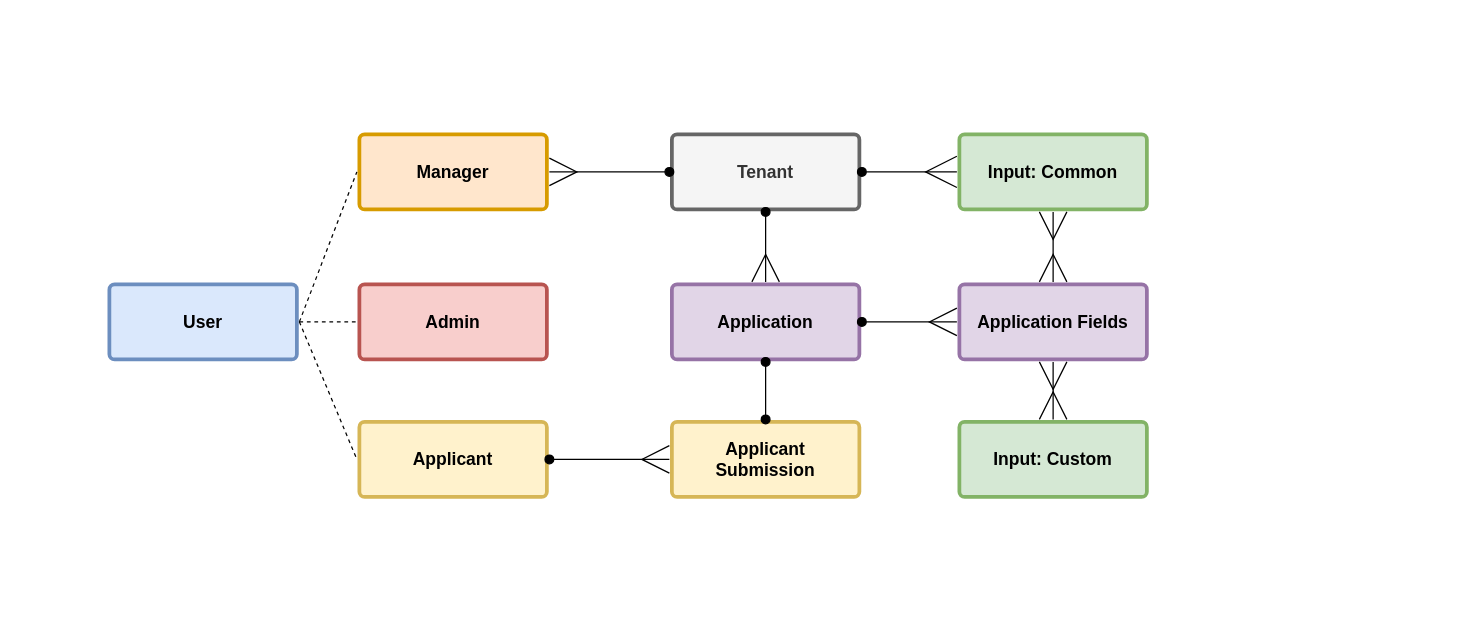
Before: assets/drawio/domain-objects.drawio in aaronsisler/applications.formula.docs, a draw.io diagram. Source tidied: cells renumbered, new cells numbered last; positions are measured from the earlier drawing's top-left corner, leaving out a move shared by most shapes. Both pictures are drawn from the tidied source at 125%, with x=0, y=0 at pixel (21, 21).
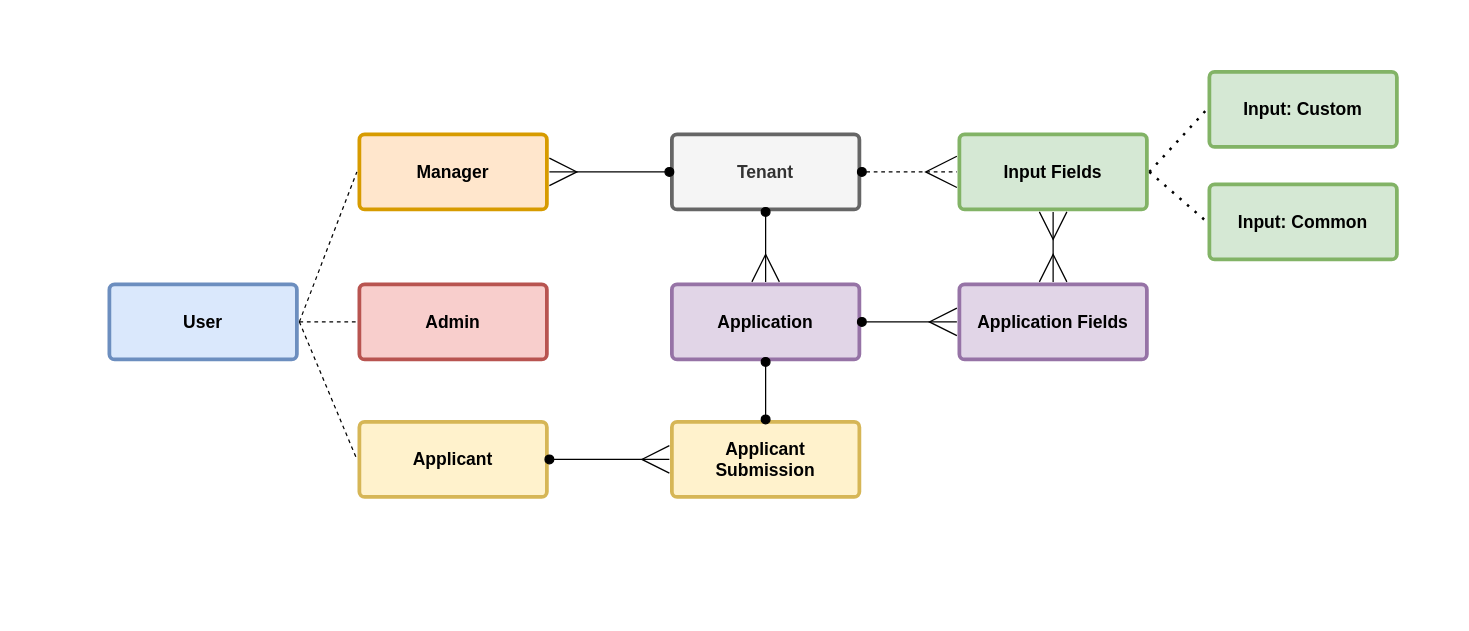
After the change.

Commit message (it also covers changes not shown here):
Tweaking for the changes to auth and domain objects

The change refers to these unchanged cells:
```xml
<mxCell id="5" value="Tenant" style="rounded=1;whiteSpace=wrap;html=1;shadow=0;labelBackgroundColor=none;strokeColor=#666666;strokeWidth=3;fillColor=#f5f5f5;fontFamily=Helvetica;fontSize=14;fontColor=#333333;align=center;spacing=5;fontStyle=1;arcSize=7;perimeterSpacing=2;" parent="1" vertex="1">
  <mxGeometry x="520" y="90" width="150" height="60" as="geometry" />
</mxCell>
<mxCell id="13" value="Application Fields" style="rounded=1;whiteSpace=wrap;html=1;shadow=0;labelBackgroundColor=none;strokeColor=#9673a6;strokeWidth=3;fillColor=#e1d5e7;fontFamily=Helvetica;fontSize=14;align=center;spacing=5;fontStyle=1;arcSize=7;perimeterSpacing=2;" parent="1" vertex="1">
  <mxGeometry x="750" y="210" width="150" height="60" as="geometry" />
</mxCell>
```

The edit, as a diff of the source:
```diff
@@
     <mxCell id="2" style="rounded=0;whiteSpace=wrap;html=1;strokeColor=#FFFFFF;" parent="1" vertex="1">
-      <mxGeometry width="1030" height="470" as="geometry" />
+      <mxGeometry width="1140" height="470" as="geometry" />
     </mxCell>
@@
-    <mxCell id="7" value="Input: Common" style="rounded=1;whiteSpace=wrap;html=1;shadow=0;labelBackgroundColor=none;strokeColor=#82b366;strokeWidth=3;fillColor=#d5e8d4;fontFamily=Helvetica;fontSize=14;align=center;spacing=5;fontStyle=1;arcSize=7;perimeterSpacing=2;" parent="1" vertex="1">
+    <mxCell id="7" value="Input Fields" style="rounded=1;whiteSpace=wrap;html=1;shadow=0;labelBackgroundColor=none;strokeColor=#82b366;strokeWidth=3;fillColor=#d5e8d4;fontFamily=Helvetica;fontSize=14;align=center;spacing=5;fontStyle=1;arcSize=7;perimeterSpacing=2;" parent="1" vertex="1">
       <mxGeometry x="750" y="90" width="150" height="60" as="geometry" />
     </mxCell>
@@
-    <mxCell id="9" value="Input: Custom" style="rounded=1;whiteSpace=wrap;html=1;shadow=0;labelBackgroundColor=none;strokeColor=#82b366;strokeWidth=3;fillColor=#d5e8d4;fontFamily=Helvetica;fontSize=14;align=center;spacing=5;fontStyle=1;arcSize=7;perimeterSpacing=2;" parent="1" vertex="1">
-      <mxGeometry x="750" y="320" width="150" height="60" as="geometry" />
-    </mxCell>
@@
-    <mxCell id="12" style="endArrow=ERmany;html=1;exitX=1;exitY=0.5;exitDx=0;exitDy=0;entryX=0;entryY=0.5;entryDx=0;entryDy=0;startArrow=oval;startFill=1;endFill=0;endSize=23;startSize=7;" parent="1" edge="1" source="5" target="7">
+    <mxCell id="12" style="endArrow=ERmany;html=1;exitX=1;exitY=0.5;exitDx=0;exitDy=0;entryX=0;entryY=0.5;entryDx=0;entryDy=0;startArrow=oval;startFill=1;endFill=0;endSize=23;startSize=7;dashed=1;" parent="1" edge="1" source="5" target="7">
       <mxGeometry relative="1" as="geometry" />
     </mxCell>
@@
-    <mxCell id="20" style="endArrow=ERmany;html=1;exitX=0.5;exitY=0;exitDx=0;exitDy=0;entryX=0.5;entryY=1;entryDx=0;entryDy=0;startArrow=ERmany;startFill=0;endFill=0;endSize=20;startSize=20;" parent="1" edge="1" source="9" target="13">
-      <mxGeometry relative="1" as="geometry" />
-    </mxCell>
@@
+    <mxCell id="9" value="Input: Custom" style="rounded=1;whiteSpace=wrap;html=1;shadow=0;labelBackgroundColor=none;strokeColor=#82b366;strokeWidth=3;fillColor=#d5e8d4;fontFamily=Helvetica;fontSize=14;align=center;spacing=5;fontStyle=1;arcSize=7;perimeterSpacing=2;" parent="1" vertex="1">
+      <mxGeometry x="950" y="40" width="150" height="60" as="geometry" />
+    </mxCell>
+    <mxCell id="24" value="Input: Common" style="rounded=1;whiteSpace=wrap;html=1;shadow=0;labelBackgroundColor=none;strokeColor=#82b366;strokeWidth=3;fillColor=#d5e8d4;fontFamily=Helvetica;fontSize=14;align=center;spacing=5;fontStyle=1;arcSize=7;perimeterSpacing=2;" parent="1" vertex="1">
+      <mxGeometry x="950" y="130" width="150" height="60" as="geometry" />
+    </mxCell>
+    <mxCell id="25" style="endArrow=none;dashed=1;html=1;dashPattern=1 3;strokeWidth=2;entryX=0;entryY=0.5;entryDx=0;entryDy=0;exitX=1;exitY=0.5;exitDx=0;exitDy=0;" parent="1" edge="1" source="7" target="9">
+      <mxGeometry relative="1" as="geometry" />
+    </mxCell>
+    <mxCell id="26" style="endArrow=none;dashed=1;html=1;dashPattern=1 3;strokeWidth=2;entryX=0;entryY=0.5;entryDx=0;entryDy=0;exitX=1;exitY=0.5;exitDx=0;exitDy=0;" parent="1" edge="1" source="7" target="24">
+      <mxGeometry relative="1" as="geometry" />
+    </mxCell>
```
